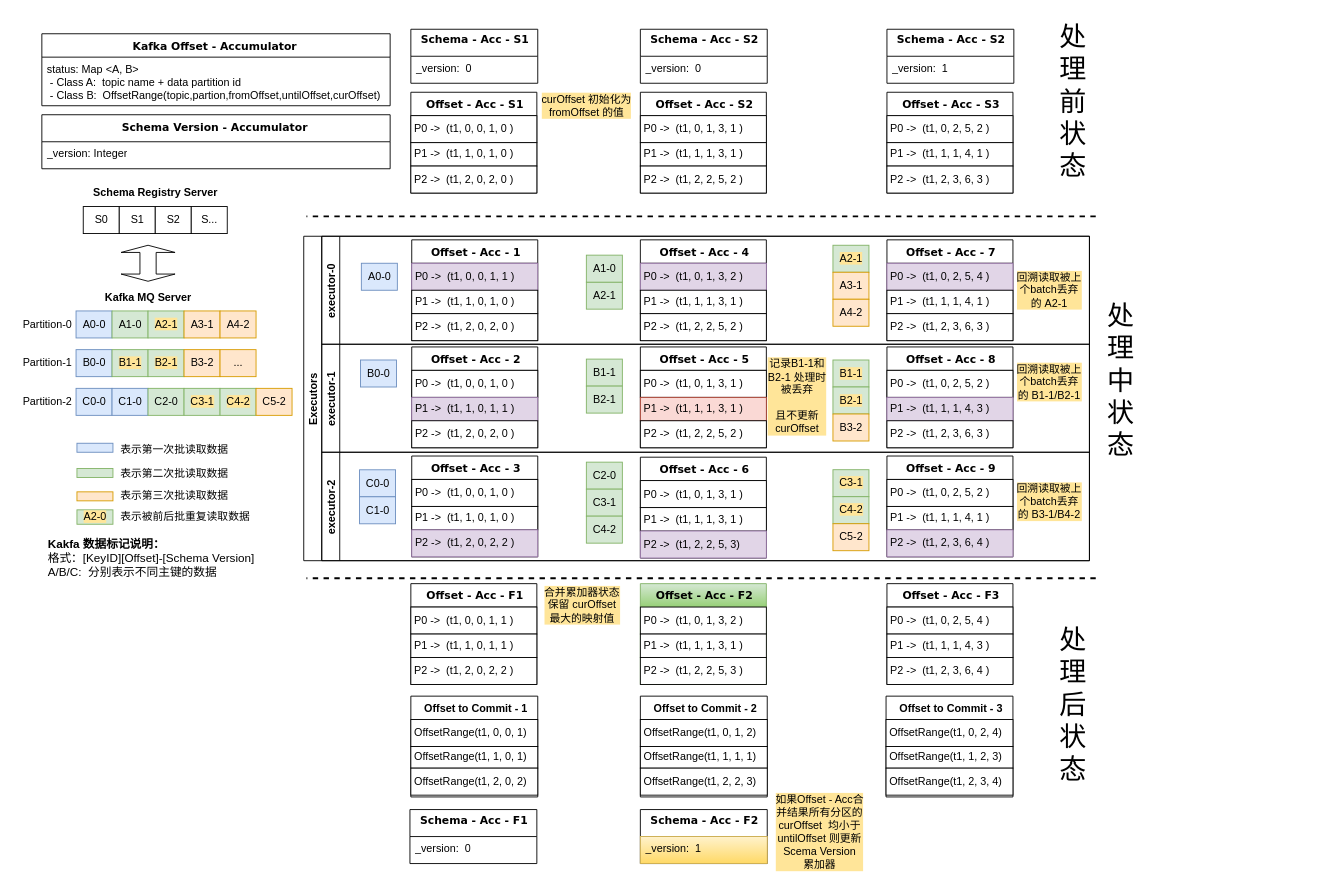
Earlier version of the draw.io diagram page "Schema更新处理" (1 of 2) of docs/spark-kafka-to-iceberg.drawio (longredhao/kafka-to-iceberg-spark). Source tidied: cells renumbered, new cells numbered last; positions are measured from the earlier drawing's top-left corner, leaving out a move shared by most shapes. Both pictures are drawn from the tidied source at 90%, with x=0, y=0 at pixel (18, 29).
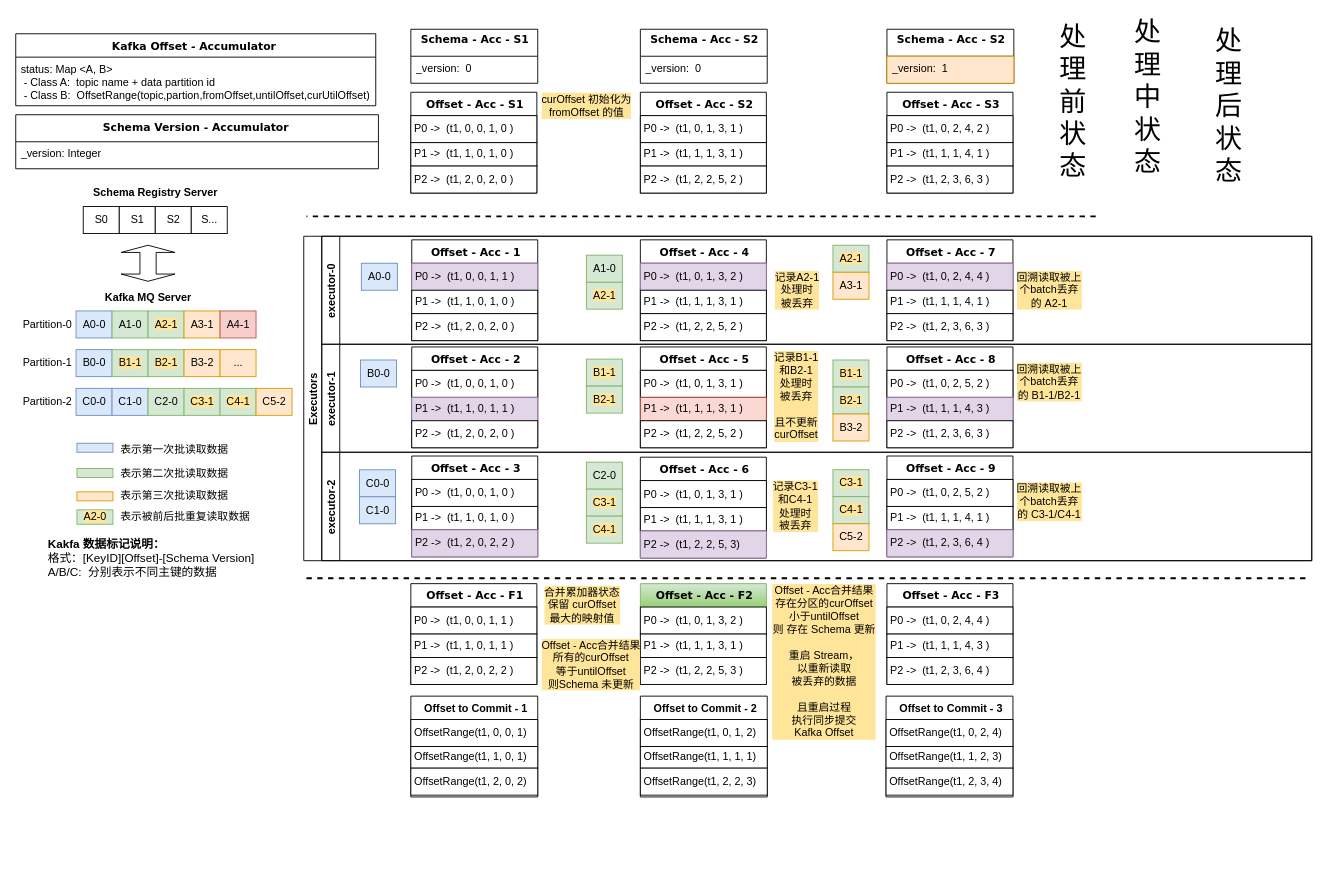
After the change.

Commit message (it also covers changes not shown here):
修复 Schema version 更新检测逻辑

The change refers to these unchanged cells:
```xml
<mxCell id="19" value="Offset - Acc - 7" style="swimlane;html=1;fontStyle=1;align=center;verticalAlign=top;horizontal=1;startSize=26;swimlaneFillColor=#ffffff;rounded=0;shadow=0;comic=0;labelBackgroundColor=none;strokeWidth=1;fillColor=none;fontFamily=Verdana;fontSize=12;spacingLeft=2;" parent="18" vertex="1">
  <mxGeometry x="60" width="140" height="112" as="geometry" />
</mxCell>
<mxCell id="23" style="group;" parent="18" vertex="1">
  <mxGeometry y="6" width="40" height="90" as="geometry" />
</mxCell>
<mxCell id="27" style="group;" parent="8" vertex="1">
  <mxGeometry x="294" y="21" width="40" height="60" as="geometry" />
</mxCell>
<mxCell id="50" style="group;" parent="31" vertex="1">
  <mxGeometry x="294" y="16.5" width="40" height="60" as="geometry" />
</mxCell>
<mxCell id="71" style="group;" parent="66" vertex="1">
  <mxGeometry y="15.2" width="40" height="90" as="geometry" />
</mxCell>
<mxCell id="75" style="group;" parent="55" vertex="1">
  <mxGeometry x="294" y="11" width="40" height="90" as="geometry" />
</mxCell>
<mxCell id="100" value="Offset - Acc - S3" style="swimlane;html=1;fontStyle=1;align=center;verticalAlign=top;horizontal=1;startSize=26;swimlaneFillColor=#ffffff;rounded=0;shadow=0;comic=0;labelBackgroundColor=none;strokeWidth=1;fillColor=none;fontFamily=Verdana;fontSize=12;spacingLeft=2;" parent="1" vertex="1">
  <mxGeometry x="965" y="70" width="140" height="112" as="geometry" />
</mxCell>
<mxCell id="104" value="Offset - Acc - F3" style="swimlane;html=1;fontStyle=1;align=center;verticalAlign=top;horizontal=1;startSize=26;swimlaneFillColor=#ffffff;rounded=0;shadow=0;comic=0;labelBackgroundColor=none;strokeWidth=1;fillColor=none;fontFamily=Verdana;fontSize=12;spacingLeft=2;" parent="1" vertex="1">
  <mxGeometry x="965" y="616" width="140" height="112" as="geometry" />
</mxCell>
<mxCell id="126" value="Schema - Acc - S2" style="swimlane;html=1;fontStyle=1;align=center;verticalAlign=top;horizontal=1;startSize=30;swimlaneFillColor=#ffffff;rounded=0;shadow=0;comic=0;labelBackgroundColor=none;strokeWidth=1;fillColor=none;fontFamily=Verdana;fontSize=12;spacing=0;" parent="1" vertex="1">
  <mxGeometry x="965" width="141" height="60" as="geometry" />
</mxCell>
<mxCell id="133" style="group;" parent="1" vertex="1">
  <mxGeometry y="167" width="304" height="460" as="geometry" />
</mxCell>
```

The edit, as a diff of the source:
```diff
@@
     <mxCell id="7" value="Executors" style="swimlane;horizontal=0;startSize=20;fillColor=none;" parent="1" vertex="1">
-      <mxGeometry x="317" y="230" width="873" height="360.5" as="geometry" />
+      <mxGeometry x="317" y="230" width="1120" height="360.5" as="geometry" />
     </mxCell>
     <mxCell id="8" value="executor-0" style="swimlane;startSize=20;horizontal=0;fillColor=none;" parent="7" vertex="1">
-      <mxGeometry x="20" width="853" height="120" as="geometry" />
+      <mxGeometry x="20" width="1100" height="120" as="geometry" />
     </mxCell>
@@
-    <mxCell id="20" value="P0 -&amp;gt;&amp;nbsp; (t1, 0, 2, 5, 4 )" style="html=1;align=left;spacingLeft=2;fillColor=#e1d5e7;strokeColor=#9673a6;" parent="19" vertex="1">
+    <mxCell id="20" value="P0 -&amp;gt;&amp;nbsp; (t1, 0, 2, 4, 4 )" style="html=1;align=left;spacingLeft=2;fillColor=#e1d5e7;strokeColor=#9673a6;" parent="19" vertex="1">
       <mxGeometry y="26" width="140" height="30" as="geometry" />
     </mxCell>
@@
-    <mxCell id="26" value="A4-2" style="html=1;fillColor=#ffe6cc;strokeColor=#d79b00;" parent="23" vertex="1">
-      <mxGeometry y="60" width="40" height="30" as="geometry" />
-    </mxCell>
@@
-    <mxCell id="28" value="A2-1" style="html=1;fillColor=#d5e8d4;strokeColor=#82b366;" parent="27" vertex="1">
+    <mxCell id="28" value="&lt;span style=&quot;background-color: rgb(255 , 229 , 153)&quot;&gt;A2-1&lt;/span&gt;" style="html=1;fillColor=#d5e8d4;strokeColor=#82b366;" parent="27" vertex="1">
       <mxGeometry y="30" width="40" height="30" as="geometry" />
     </mxCell>
@@
+    <mxCell id="169" value="记录A2-1 &lt;br&gt;处理时&lt;br&gt;被丢弃&lt;br&gt;" style="text;html=1;align=center;verticalAlign=middle;fillColor=none;strokeColor=none;rounded=0;labelBackgroundColor=#FFE599;fontColor=#000000;" parent="8" vertex="1">
+      <mxGeometry x="498" y="35" width="60" height="50" as="geometry" />
+    </mxCell>
     <mxCell id="31" value="executor-1" style="swimlane;startSize=20;horizontal=0;fillColor=none;" parent="7" vertex="1">
-      <mxGeometry x="20" y="120" width="853" height="120" as="geometry" />
+      <mxGeometry x="20" y="120" width="1100" height="120" as="geometry" />
     </mxCell>
@@
-    <mxCell id="51" value="B1-1" style="html=1;fillColor=#d5e8d4;strokeColor=#82b366;" parent="50" vertex="1">
+    <mxCell id="51" value="&lt;span style=&quot;background-color: rgb(255 , 229 , 153)&quot;&gt;B1-1&lt;/span&gt;" style="html=1;fillColor=#d5e8d4;strokeColor=#82b366;" parent="50" vertex="1">
       <mxGeometry width="40" height="30" as="geometry" />
     </mxCell>
-    <mxCell id="52" value="B2-1" style="html=1;fillColor=#d5e8d4;strokeColor=#82b366;" parent="50" vertex="1">
+    <mxCell id="52" value="&lt;span style=&quot;background-color: rgb(255 , 229 , 153)&quot;&gt;B2-1&lt;/span&gt;" style="html=1;fillColor=#d5e8d4;strokeColor=#82b366;" parent="50" vertex="1">
       <mxGeometry y="30" width="40" height="30" as="geometry" />
     </mxCell>
-    <mxCell id="53" value="记录B1-1和&lt;br&gt;B2-1 处理时&lt;br&gt;被丢弃&lt;br&gt;&lt;br&gt;且不更新&lt;br&gt;curOffset" style="text;html=1;align=center;verticalAlign=middle;fillColor=none;strokeColor=none;rounded=0;labelBackgroundColor=#FFE599;fontColor=#000000;" parent="31" vertex="1">
-      <mxGeometry x="488" y="12.5" width="80" height="90" as="geometry" />
+    <mxCell id="53" value="记录B1-1&lt;br&gt;和B2-1 &lt;br&gt;处理时&lt;br&gt;被丢弃&lt;br&gt;&lt;br&gt;且不更新&lt;br&gt;curOffset" style="text;html=1;align=center;verticalAlign=middle;fillColor=none;strokeColor=none;rounded=0;labelBackgroundColor=#FFE599;fontColor=#000000;" parent="31" vertex="1">
+      <mxGeometry x="497" y="7.5" width="60" height="100" as="geometry" />
     </mxCell>
@@
     <mxCell id="55" value="executor-2" style="swimlane;startSize=20;horizontal=0;fillColor=none;" parent="7" vertex="1">
-      <mxGeometry x="20" y="240" width="853" height="120.5" as="geometry" />
+      <mxGeometry x="20" y="240" width="1100" height="120.5" as="geometry" />
     </mxCell>
@@
-    <mxCell id="73" value="&lt;span style=&quot;background-color: rgb(255 , 229 , 153)&quot;&gt;C4-2&lt;/span&gt;" style="html=1;fillColor=#d5e8d4;strokeColor=#82b366;" parent="71" vertex="1">
+    <mxCell id="73" value="&lt;span style=&quot;background-color: rgb(255 , 229 , 153)&quot;&gt;C4-1&lt;/span&gt;" style="html=1;fillColor=#d5e8d4;strokeColor=#82b366;" parent="71" vertex="1">
       <mxGeometry y="30" width="40" height="30" as="geometry" />
     </mxCell>
@@
-    <mxCell id="77" value="C3-1" style="html=1;fillColor=#d5e8d4;strokeColor=#82b366;" parent="75" vertex="1">
+    <mxCell id="77" value="&lt;span style=&quot;background-color: rgb(255 , 229 , 153)&quot;&gt;C3-1&lt;/span&gt;" style="html=1;fillColor=#d5e8d4;strokeColor=#82b366;" parent="75" vertex="1">
       <mxGeometry y="30" width="40" height="30" as="geometry" />
     </mxCell>
-    <mxCell id="78" value="C4-2" style="html=1;fillColor=#d5e8d4;strokeColor=#82b366;" parent="75" vertex="1">
+    <mxCell id="78" value="&lt;span style=&quot;background-color: rgb(255 , 229 , 153)&quot;&gt;C4-1&lt;/span&gt;" style="html=1;fillColor=#d5e8d4;strokeColor=#82b366;" parent="75" vertex="1">
       <mxGeometry y="60" width="40" height="30" as="geometry" />
     </mxCell>
-    <mxCell id="79" value="回溯读取被上&lt;br&gt;个batch丢弃&lt;br&gt;的 B3-1/B4-2" style="text;html=1;align=center;verticalAlign=middle;fillColor=none;strokeColor=none;rounded=0;labelBackgroundColor=#FFE599;fontColor=#000000;" parent="55" vertex="1">
+    <mxCell id="79" value="回溯读取被上&lt;br&gt;个batch丢弃&lt;br&gt;的 C3-1/C4-1" style="text;html=1;align=center;verticalAlign=middle;fillColor=none;strokeColor=none;rounded=0;labelBackgroundColor=#FFE599;fontColor=#000000;" parent="55" vertex="1">
       <mxGeometry x="763" y="30" width="90" height="50" as="geometry" />
     </mxCell>
+    <mxCell id="170" value="记录C3-1&lt;br&gt;和C4-1&lt;br&gt;处理时&lt;br&gt;被丢弃" style="text;html=1;align=center;verticalAlign=middle;fillColor=none;strokeColor=none;rounded=0;labelBackgroundColor=#FFE599;fontColor=#000000;" parent="55" vertex="1">
+      <mxGeometry x="491" y="30.2" width="70" height="60" as="geometry" />
+    </mxCell>
@@
-    <mxCell id="101" value="P0 -&amp;gt;&amp;nbsp; (t1, 0, 2, 5, 2 )" style="html=1;align=left;spacingLeft=2;" parent="100" vertex="1">
+    <mxCell id="101" value="P0 -&amp;gt;&amp;nbsp; (t1, 0, 2, 4, 2 )" style="html=1;align=left;spacingLeft=2;" parent="100" vertex="1">
       <mxGeometry y="26" width="140" height="30" as="geometry" />
     </mxCell>
@@
-    <mxCell id="105" value="P0 -&amp;gt;&amp;nbsp; (t1, 0, 2, 5, 4 )" style="html=1;align=left;spacingLeft=2;" parent="104" vertex="1">
+    <mxCell id="105" value="P0 -&amp;gt;&amp;nbsp; (t1, 0, 2, 4, 4 )" style="html=1;align=left;spacingLeft=2;" parent="104" vertex="1">
       <mxGeometry y="26" width="140" height="30" as="geometry" />
     </mxCell>
@@
-    <mxCell id="112" value="如果Offset - Acc合&lt;br&gt;并结果所有分区的&lt;br&gt;curOffset&amp;nbsp; 均小于&lt;br&gt;untilOffset 则更新&lt;br&gt;Scema Version&lt;br&gt;累加器" style="text;html=1;align=center;verticalAlign=middle;fillColor=none;strokeColor=none;rounded=0;labelBackgroundColor=#FFE599;fontColor=#000000;" parent="1" vertex="1">
-      <mxGeometry x="835" y="847" width="110" height="90" as="geometry" />
+    <mxCell id="112" value="Offset - Acc合并结果&lt;br&gt;存在分区的curOffset &lt;br&gt;小于untilOffset &lt;br&gt;则 存在 Schema 更新&lt;br&gt;&lt;br&gt;重启 Stream，&lt;br&gt;以重新读取&lt;br&gt;被丢弃的数据&lt;br&gt;&lt;br&gt;且重启过程&lt;br&gt;执行同步提交&lt;br&gt;Kafka Offset" style="text;html=1;align=center;verticalAlign=middle;fillColor=none;strokeColor=none;rounded=0;labelBackgroundColor=#FFE599;fontColor=#000000;" parent="1" vertex="1">
+      <mxGeometry x="830" y="618" width="130" height="170" as="geometry" />
     </mxCell>
@@
     <mxCell id="114" value="Kafka Offset - Accumulator&amp;nbsp;" style="swimlane;html=1;fontStyle=1;align=center;verticalAlign=top;horizontal=1;startSize=26;swimlaneFillColor=#ffffff;rounded=0;shadow=0;comic=0;labelBackgroundColor=none;strokeWidth=1;fillColor=none;fontFamily=Verdana;fontSize=12;" parent="1" vertex="1">
-      <mxGeometry x="26" y="5" width="387" height="80" as="geometry" />
+      <mxGeometry x="-3" y="5" width="400" height="80" as="geometry" />
     </mxCell>
-    <mxCell id="115" value="status: Map &amp;lt;A, B&amp;gt;&lt;br&gt;&amp;nbsp;- Class A:&amp;nbsp; topic name + data partition id&lt;br&gt;&amp;nbsp;- Class B:&amp;nbsp; OffsetRange(topic,partion,fromOffset,untilOffset,curOffset)" style="text;html=1;strokeColor=none;fillColor=none;align=left;verticalAlign=top;spacingLeft=4;spacingRight=4;whiteSpace=wrap;overflow=hidden;" parent="114" vertex="1">
-      <mxGeometry y="26" width="387" height="54" as="geometry" />
+    <mxCell id="115" value="status: Map &amp;lt;A, B&amp;gt;&lt;br&gt;&amp;nbsp;- Class A:&amp;nbsp; topic name + data partition id&lt;br&gt;&amp;nbsp;- Class B:&amp;nbsp; OffsetRange(topic,partion,fromOffset,untilOffset,curUtilOffset)" style="text;html=1;strokeColor=none;fillColor=none;align=left;verticalAlign=top;spacingLeft=4;spacingRight=4;whiteSpace=wrap;overflow=hidden;" parent="114" vertex="1">
+      <mxGeometry y="26" width="400" height="54" as="geometry" />
     </mxCell>
     <mxCell id="116" value="Schema Version - Accumulator&amp;nbsp;" style="swimlane;html=1;fontStyle=1;align=center;verticalAlign=top;horizontal=1;startSize=30;swimlaneFillColor=#ffffff;rounded=0;shadow=0;comic=0;labelBackgroundColor=none;strokeWidth=1;fillColor=none;fontFamily=Verdana;fontSize=12;" parent="1" vertex="1">
-      <mxGeometry x="26" y="95" width="387" height="60" as="geometry" />
+      <mxGeometry x="-3" y="95" width="403" height="60" as="geometry" />
     </mxCell>
     <mxCell id="117" value="_version: Integer" style="text;html=1;strokeColor=none;fillColor=none;align=left;verticalAlign=top;spacingLeft=4;spacingRight=4;whiteSpace=wrap;overflow=hidden;" parent="116" vertex="1">
-      <mxGeometry y="30" width="387" height="30" as="geometry" />
+      <mxGeometry y="30" width="403" height="30" as="geometry" />
     </mxCell>
@@
-    <mxCell id="120" value="Schema - Acc - F1" style="swimlane;html=1;fontStyle=1;align=center;verticalAlign=top;horizontal=1;startSize=30;swimlaneFillColor=#ffffff;rounded=0;shadow=0;comic=0;labelBackgroundColor=none;strokeWidth=1;fillColor=none;fontFamily=Verdana;fontSize=12;spacing=0;" parent="1" vertex="1">
-      <mxGeometry x="435" y="867" width="141" height="60" as="geometry" />
-    </mxCell>
-    <mxCell id="121" value="_version:&amp;nbsp; 0" style="text;html=1;strokeColor=none;fillColor=none;align=left;verticalAlign=top;spacingLeft=4;spacingRight=4;whiteSpace=wrap;overflow=hidden;" parent="120" vertex="1">
-      <mxGeometry y="30" width="141" height="30" as="geometry" />
-    </mxCell>
-    <mxCell id="122" value="Schema - Acc - F2" style="swimlane;html=1;fontStyle=1;align=center;verticalAlign=top;horizontal=1;startSize=30;swimlaneFillColor=#ffffff;rounded=0;shadow=0;comic=0;labelBackgroundColor=none;strokeWidth=1;fillColor=none;fontFamily=Verdana;fontSize=12;spacing=0;" parent="1" vertex="1">
-      <mxGeometry x="691" y="867" width="141" height="60" as="geometry" />
-    </mxCell>
-    <mxCell id="123" value="_version:&amp;nbsp; 1" style="text;html=1;strokeColor=#d6b656;fillColor=#fff2cc;align=left;verticalAlign=top;spacingLeft=4;spacingRight=4;whiteSpace=wrap;overflow=hidden;gradientColor=#ffd966;" parent="122" vertex="1">
-      <mxGeometry y="30" width="141" height="30" as="geometry" />
-    </mxCell>
@@
-    <mxCell id="127" value="_version:&amp;nbsp; 1" style="text;html=1;strokeColor=none;fillColor=none;align=left;verticalAlign=top;spacingLeft=4;spacingRight=4;whiteSpace=wrap;overflow=hidden;" parent="126" vertex="1">
+    <mxCell id="127" value="_version:&amp;nbsp; 1" style="text;html=1;strokeColor=#d79b00;fillColor=#ffe6cc;align=left;verticalAlign=top;spacingLeft=4;spacingRight=4;whiteSpace=wrap;overflow=hidden;" parent="126" vertex="1">
       <mxGeometry y="30" width="141" height="30" as="geometry" />
     </mxCell>
     <mxCell id="128" style="edgeStyle=orthogonalEdgeStyle;rounded=0;html=1;labelBackgroundColor=none;startArrow=none;startFill=0;startSize=8;endArrow=none;endFill=0;endSize=16;fontFamily=Verdana;fontSize=12;strokeWidth=2;jumpStyle=none;dashed=1;" parent="1" edge="1">
       <mxGeometry relative="1" as="geometry">
-        <mxPoint x="1197" y="610" as="sourcePoint" />
+        <mxPoint x="1430" y="610" as="sourcePoint" />
         <mxPoint x="320" y="610" as="targetPoint" />
         <Array as="points">
           <mxPoint x="357" y="610" />
           <mxPoint x="357" y="610" />
         </Array>
       </mxGeometry>
     </mxCell>
@@
     <mxCell id="130" value="处理中状态" style="whiteSpace=wrap;html=1;align=center;labelBackgroundColor=none;fontSize=30;fontColor=#000000;fillColor=none;strokeColor=none;" parent="1" vertex="1">
-      <mxGeometry x="1210" y="320" width="30" height="140" as="geometry" />
+      <mxGeometry x="1240" y="5" width="30" height="140" as="geometry" />
     </mxCell>
     <mxCell id="131" value="处理后状态" style="whiteSpace=wrap;html=1;align=center;labelBackgroundColor=none;fontSize=30;fontColor=#000000;fillColor=none;strokeColor=none;" parent="1" vertex="1">
-      <mxGeometry x="1157" y="680" width="30" height="140" as="geometry" />
+      <mxGeometry x="1330" y="15" width="30" height="140" as="geometry" />
     </mxCell>
@@
-    <mxCell id="163" value="&lt;span style=&quot;background-color: rgb(255 , 229 , 153)&quot;&gt;C4-2&lt;/span&gt;" style="html=1;fillColor=#d5e8d4;strokeColor=#82b366;" parent="133" vertex="1">
+    <mxCell id="163" value="&lt;span style=&quot;background-color: rgb(255 , 229 , 153)&quot;&gt;C4-1&lt;/span&gt;" style="html=1;fillColor=#d5e8d4;strokeColor=#82b366;" parent="133" vertex="1">
       <mxGeometry x="224" y="232" width="40" height="30" as="geometry" />
     </mxCell>
@@
-    <mxCell id="165" value="A4-2" style="html=1;fillColor=#ffe6cc;strokeColor=#d79b00;" parent="133" vertex="1">
+    <mxCell id="165" value="A4-1" style="html=1;fillColor=#f8cecc;strokeColor=#b85450;" parent="133" vertex="1">
       <mxGeometry x="224" y="146" width="40" height="30" as="geometry" />
     </mxCell>
@@
+    <mxCell id="171" value="Offset - Acc合并结果&lt;br&gt;所有的curOffset &lt;br&gt;等于untilOffset &lt;br&gt;则Schema 未更新" style="text;html=1;align=center;verticalAlign=middle;fillColor=none;strokeColor=none;rounded=0;labelBackgroundColor=#FFE599;fontColor=#000000;" parent="1" vertex="1">
+      <mxGeometry x="571" y="676" width="130" height="60" as="geometry" />
+    </mxCell>
```
